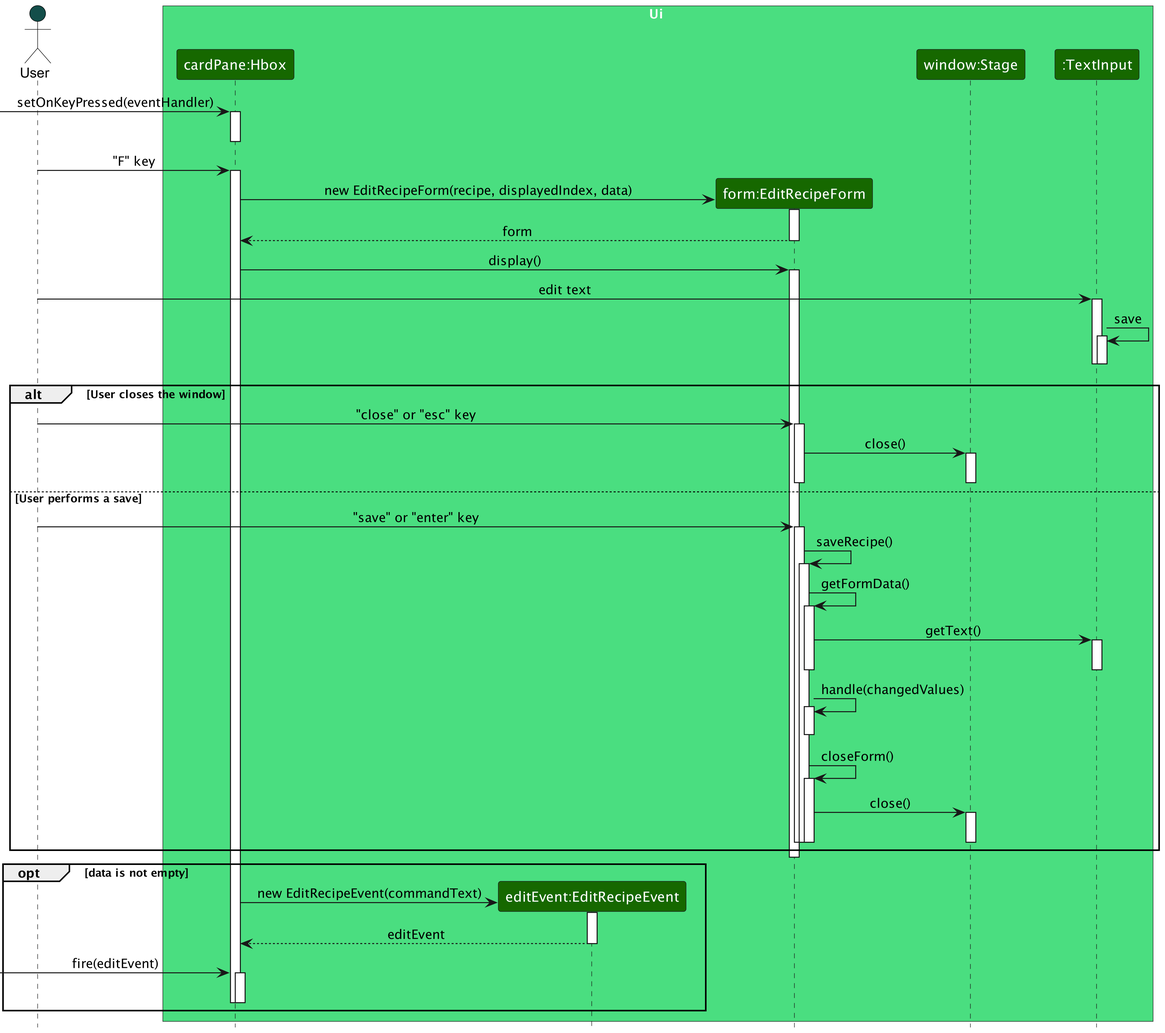
nus-cs2103-AY2223S2/tp keeps this PlantUML diagram as docs/images/EditRecipeFormSequenceDiagram.png. Above is the earlier version.
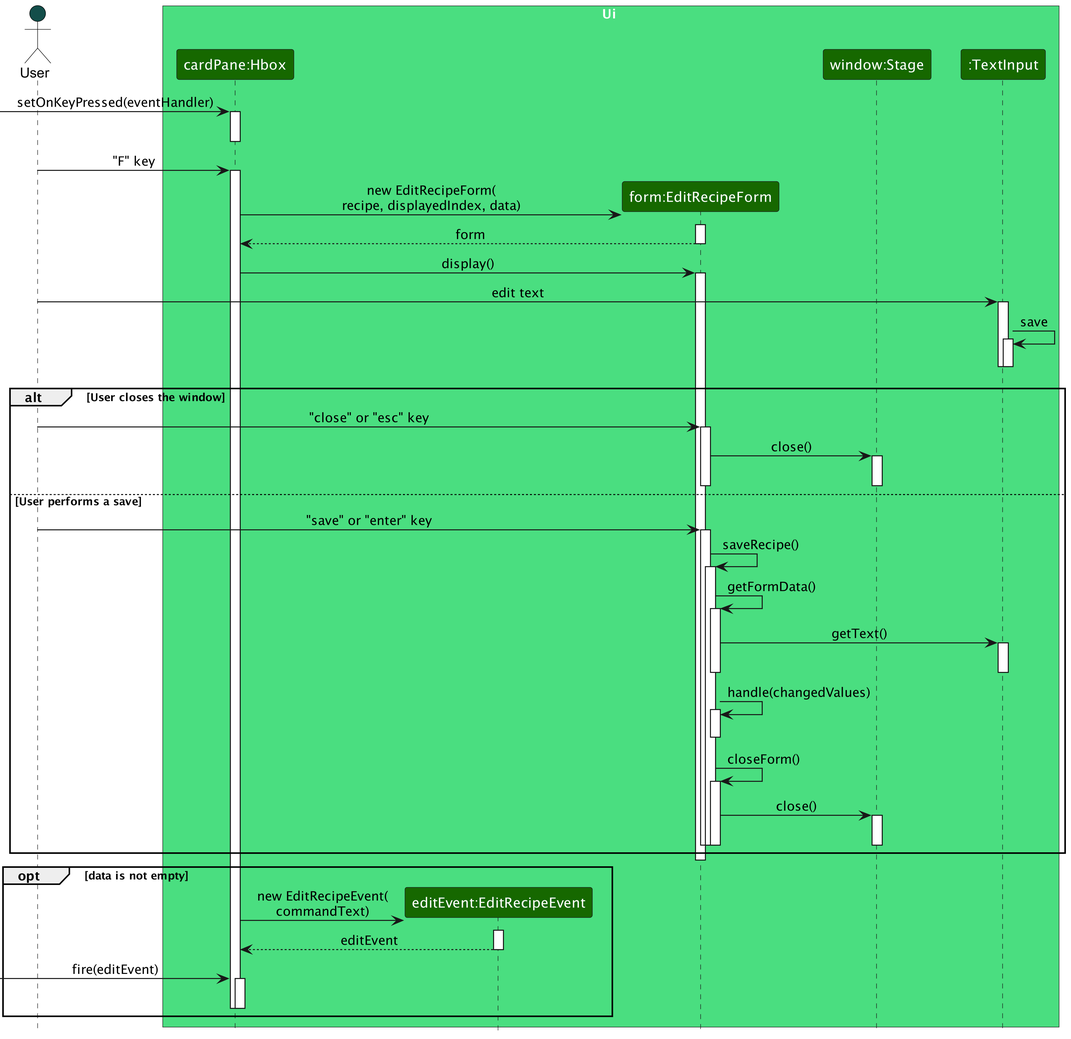
The same file after the commit.

Change to the diagram source:
```diff
@@ -19,7 +19,7 @@
 activate cardPane
 
 create EditRecipeForm
-cardPane -> EditRecipeForm : new EditRecipeForm(recipe, displayedIndex, data)
+cardPane -> EditRecipeForm : new EditRecipeForm(\nrecipe, displayedIndex, data)
 activate EditRecipeForm
 
 EditRecipeForm --> cardPane : form
@@ -87,7 +87,7 @@
 
 opt data is not empty
   create editEvent
-  cardPane -> editEvent : new EditRecipeEvent(commandText)
+  cardPane -> editEvent : new EditRecipeEvent(\ncommandText)
 
   activate editEvent
 
```
